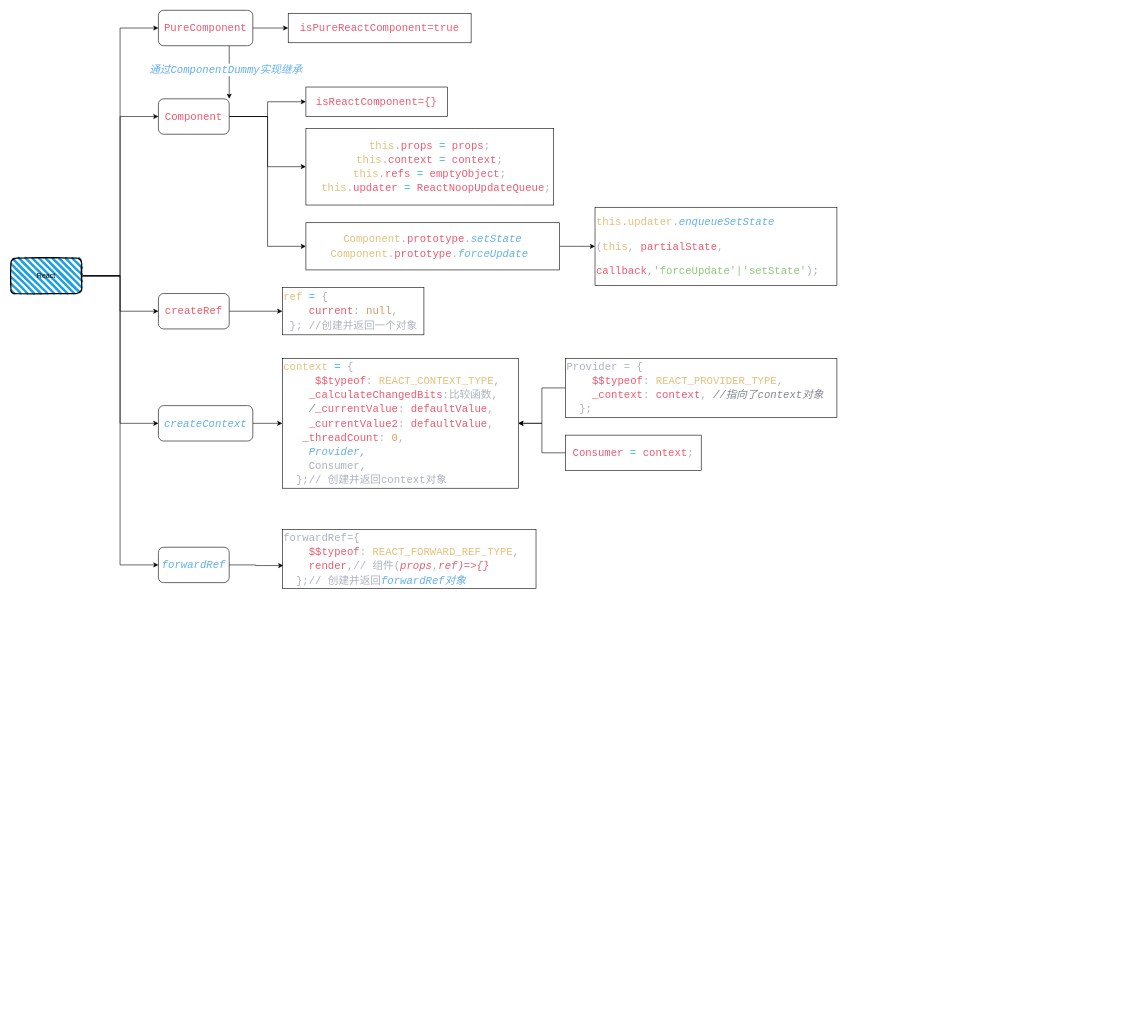
The draw.io diagram arec16.8.drawio in honshena/study, before the edit. Source tidied: cells renumbered, new cells numbered last; positions are measured from the earlier drawing's top-left corner, leaving out a move shared by most shapes. Both pictures are drawn from the tidied source at 59%, with x=0, y=0 at pixel (11, 10).
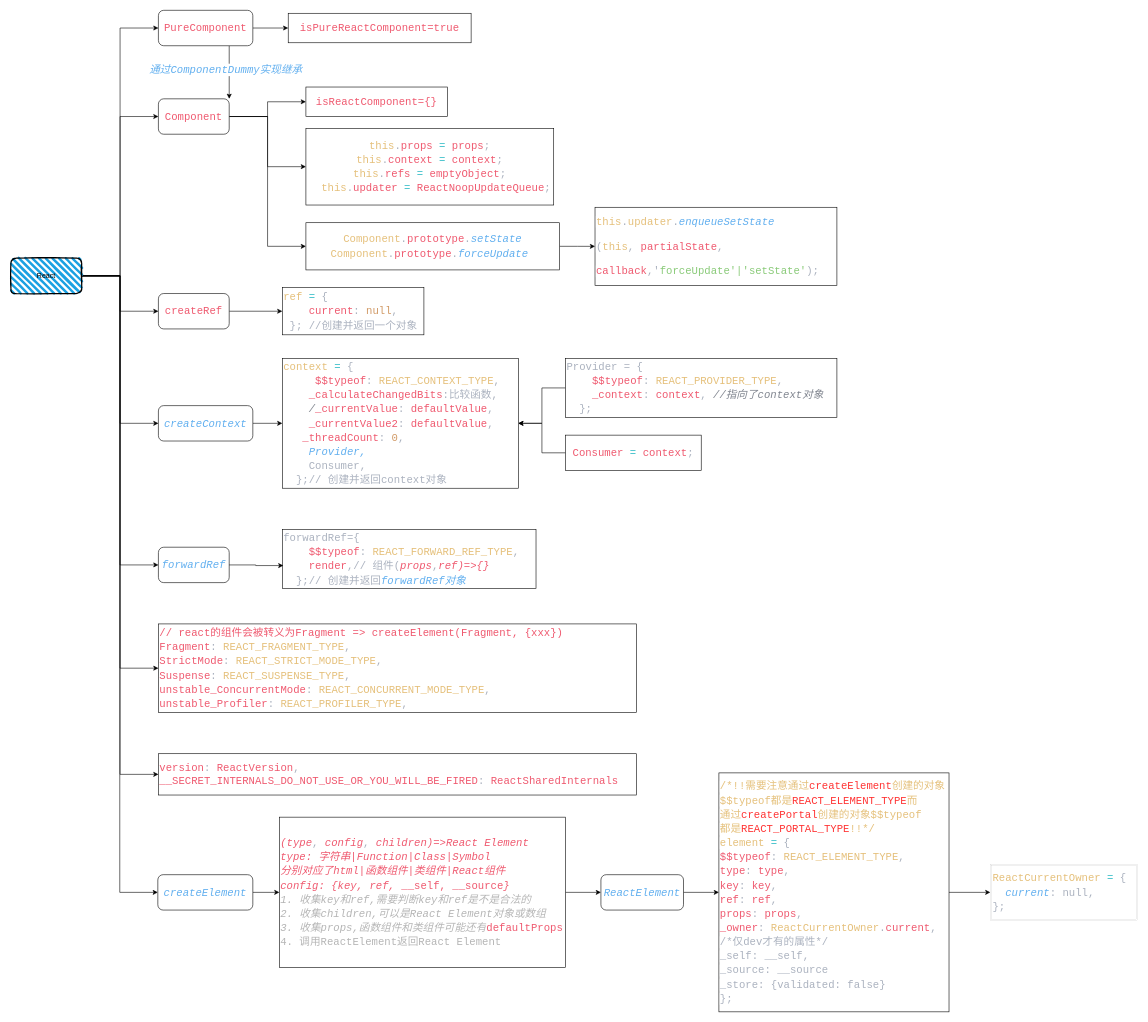
The same diagram, later.

Unchanged cells that the change refers to:
```xml
<mxCell id="7" value="React" style="rounded=1;whiteSpace=wrap;html=1;strokeWidth=2;fillWeight=4;hachureGap=8;hachureAngle=45;fillColor=#1ba1e2;sketch=1;" parent="1" vertex="1">
  <mxGeometry y="420" width="120" height="60" as="geometry" />
</mxCell>
```

The edit, as a diff of the source:
```diff
@@
+    <mxCell id="35" style="edgeStyle=orthogonalEdgeStyle;rounded=0;jettySize=auto;html=1;exitX=1;exitY=0.5;exitDx=0;exitDy=0;entryX=0;entryY=0.5;entryDx=0;entryDy=0;" parent="1" edge="1" source="7" target="38">
+      <mxGeometry relative="1" as="geometry" />
+    </mxCell>
+    <mxCell id="36" style="edgeStyle=orthogonalEdgeStyle;rounded=0;jettySize=auto;html=1;exitX=1;exitY=0.5;exitDx=0;exitDy=0;entryX=0;entryY=0.5;entryDx=0;entryDy=0;" parent="1" edge="1" source="7" target="39">
+      <mxGeometry relative="1" as="geometry" />
+    </mxCell>
+    <mxCell id="37" style="edgeStyle=orthogonalEdgeStyle;rounded=0;jettySize=auto;html=1;exitX=1;exitY=0.5;exitDx=0;exitDy=0;entryX=0;entryY=0.5;entryDx=0;entryDy=0;" parent="1" edge="1" source="7" target="41">
+      <mxGeometry relative="1" as="geometry" />
+    </mxCell>
@@
+    <mxCell id="38" value="&lt;div style=&quot;color: rgb(171, 178, 191); font-family: &amp;quot;Fira code&amp;quot;, Consolas, &amp;quot;Courier New&amp;quot;, monospace, Consolas, &amp;quot;Courier New&amp;quot;, monospace; font-size: 18px; line-height: 24px; white-space: pre;&quot;&gt;&lt;div style=&quot;&quot;&gt;&lt;span style=&quot;background-color: rgb(255, 255, 255);&quot;&gt;&lt;span style=&quot;color: rgb(239, 89, 111);&quot;&gt;// react的组件会被转义为&lt;/span&gt;&lt;/span&gt;&lt;span style=&quot;background-color: rgb(255, 255, 255); color: rgb(239, 89, 111);&quot;&gt;Fragment =&amp;gt;&lt;/span&gt;&lt;span style=&quot;color: rgb(239, 89, 111); background-color: rgb(255, 255, 255);&quot;&gt; createElement(&lt;/span&gt;&lt;span style=&quot;background-color: rgb(255, 255, 255); color: rgb(239, 89, 111);&quot;&gt;Fragment, {xxx}&lt;/span&gt;&lt;span style=&quot;background-color: rgb(255, 255, 255); color: rgb(239, 89, 111);&quot;&gt;)&lt;/span&gt;&lt;/div&gt;&lt;div style=&quot;&quot;&gt;&lt;span style=&quot;background-color: rgb(255, 255, 255);&quot;&gt;&lt;span style=&quot;color: rgb(239, 89, 111);&quot;&gt;Fragment&lt;/span&gt;: &lt;span style=&quot;color: rgb(229, 192, 123);&quot;&gt;REACT_FRAGMENT_TYPE&lt;/span&gt;,&lt;/span&gt;&lt;/div&gt;&lt;div style=&quot;&quot;&gt;&lt;span style=&quot;background-color: rgb(255, 255, 255);&quot;&gt;&lt;span style=&quot;color: #ef596f;&quot;&gt;StrictMode&lt;/span&gt;: &lt;span style=&quot;color: #e5c07b;&quot;&gt;REACT_STRICT_MODE_TYPE&lt;/span&gt;,&lt;/span&gt;&lt;/div&gt;&lt;div style=&quot;&quot;&gt;&lt;span style=&quot;background-color: rgb(255, 255, 255);&quot;&gt;&lt;span style=&quot;color: #ef596f;&quot;&gt;Suspense&lt;/span&gt;: &lt;span style=&quot;color: #e5c07b;&quot;&gt;REACT_SUSPENSE_TYPE&lt;/span&gt;,&lt;/span&gt;&lt;/div&gt;&lt;div style=&quot;&quot;&gt;&lt;div style=&quot;line-height: 24px;&quot;&gt;&lt;div style=&quot;&quot;&gt;&lt;span style=&quot;color: rgb(239, 89, 111);&quot;&gt;unstable_ConcurrentMode&lt;/span&gt;&lt;span style=&quot;background-color: rgb(255, 255, 255);&quot;&gt;: &lt;/span&gt;&lt;span style=&quot;color: rgb(229, 192, 123);&quot;&gt;REACT_CONCURRENT_MODE_TYPE&lt;/span&gt;&lt;span style=&quot;background-color: rgb(255, 255, 255);&quot;&gt;,&lt;/span&gt;&lt;br&gt;&lt;/div&gt;&lt;div style=&quot;&quot;&gt;&lt;span style=&quot;background-color: rgb(255, 255, 255);&quot;&gt;&lt;span style=&quot;color: #ef596f;&quot;&gt;unstable_Profiler&lt;/span&gt;: &lt;span style=&quot;color: #e5c07b;&quot;&gt;REACT_PROFILER_TYPE&lt;/span&gt;,&lt;/span&gt;&lt;/div&gt;&lt;/div&gt;&lt;/div&gt;&lt;/div&gt;" style="rounded=0;whiteSpace=wrap;html=1;align=left;" parent="1" vertex="1">
+      <mxGeometry x="250" y="1040" width="810" height="150" as="geometry" />
+    </mxCell>
+    <mxCell id="39" value="&lt;div style=&quot;color: rgb(171, 178, 191); font-family: &amp;quot;Fira code&amp;quot;, Consolas, &amp;quot;Courier New&amp;quot;, monospace, Consolas, &amp;quot;Courier New&amp;quot;, monospace; font-size: 18px; white-space: pre;&quot;&gt;&lt;span style=&quot;background-color: rgb(255, 255, 255);&quot;&gt;&lt;span style=&quot;color: rgb(239, 89, 111);&quot;&gt;version&lt;/span&gt;: &lt;span style=&quot;color: rgb(239, 89, 111);&quot;&gt;ReactVersion&lt;/span&gt;,&lt;/span&gt;&lt;/div&gt;&lt;div&gt;&lt;span style=&quot;font-family: &amp;quot;Fira code&amp;quot;, Consolas, &amp;quot;Courier New&amp;quot;, monospace, Consolas, &amp;quot;Courier New&amp;quot;, monospace; font-size: 18px; white-space: pre; color: rgb(239, 89, 111);&quot;&gt;__SECRET_INTERNALS_DO_NOT_USE_OR_YOU_WILL_BE_FIRED&lt;/span&gt;&lt;span style=&quot;color: rgb(171, 178, 191); font-family: &amp;quot;Fira code&amp;quot;, Consolas, &amp;quot;Courier New&amp;quot;, monospace, Consolas, &amp;quot;Courier New&amp;quot;, monospace; font-size: 18px; white-space: pre; background-color: rgb(255, 255, 255);&quot;&gt;: &lt;/span&gt;&lt;span style=&quot;font-family: &amp;quot;Fira code&amp;quot;, Consolas, &amp;quot;Courier New&amp;quot;, monospace, Consolas, &amp;quot;Courier New&amp;quot;, monospace; font-size: 18px; white-space: pre; color: rgb(239, 89, 111);&quot;&gt;ReactSharedInternals&lt;/span&gt;&lt;span style=&quot;background-color: rgb(255, 255, 255);&quot;&gt;&lt;br&gt;&lt;/span&gt;&lt;/div&gt;" style="rounded=0;whiteSpace=wrap;html=1;align=left;" parent="1" vertex="1">
+      <mxGeometry x="250" y="1260" width="810" height="70" as="geometry" />
+    </mxCell>
+    <mxCell id="40" style="edgeStyle=orthogonalEdgeStyle;rounded=0;jettySize=auto;html=1;exitX=1;exitY=0.5;exitDx=0;exitDy=0;" parent="1" edge="1" source="41" target="43">
+      <mxGeometry relative="1" as="geometry" />
+    </mxCell>
+    <mxCell id="41" value="&lt;div style=&quot;color: rgb(171, 178, 191); font-family: &amp;quot;Fira code&amp;quot;, Consolas, &amp;quot;Courier New&amp;quot;, monospace, Consolas, &amp;quot;Courier New&amp;quot;, monospace; font-size: 18px; line-height: 24px; white-space: pre;&quot;&gt;&lt;span style=&quot;color: rgb(97, 175, 239); font-style: italic; background-color: rgb(255, 255, 255);&quot;&gt;createElement&lt;/span&gt;&lt;/div&gt;" style="rounded=1;whiteSpace=wrap;html=1;" parent="1" vertex="1">
+      <mxGeometry x="249" y="1465" width="161" height="60" as="geometry" />
+    </mxCell>
+    <mxCell id="42" style="edgeStyle=orthogonalEdgeStyle;rounded=0;jettySize=auto;html=1;exitX=1;exitY=0.5;exitDx=0;exitDy=0;entryX=0;entryY=0.5;entryDx=0;entryDy=0;" parent="1" edge="1" source="43" target="45">
+      <mxGeometry relative="1" as="geometry" />
+    </mxCell>
+    <mxCell id="43" value="&lt;div style=&quot;font-family: &amp;quot;Fira code&amp;quot;, Consolas, &amp;quot;Courier New&amp;quot;, monospace, Consolas, &amp;quot;Courier New&amp;quot;, monospace; font-size: 18px; line-height: 24px; white-space: pre;&quot;&gt;&lt;div style=&quot;color: rgb(171, 178, 191); line-height: 24px;&quot;&gt;&lt;span style=&quot;background-color: rgb(255, 255, 255);&quot;&gt;&lt;span style=&quot;color: rgb(239, 89, 111); font-style: italic;&quot;&gt;(type&lt;/span&gt;, &lt;span style=&quot;color: rgb(239, 89, 111); font-style: italic;&quot;&gt;config&lt;/span&gt;, &lt;span style=&quot;color: rgb(239, 89, 111); font-style: italic;&quot;&gt;children)=&amp;gt;React Element&lt;/span&gt;&lt;/span&gt;&lt;/div&gt;&lt;div style=&quot;color: rgb(171, 178, 191); line-height: 24px;&quot;&gt;&lt;span style=&quot;background-color: rgb(255, 255, 255);&quot;&gt;&lt;span style=&quot;color: rgb(239, 89, 111); font-style: italic;&quot;&gt;type: 字符串|Function|Class|Symbol &lt;/span&gt;&lt;/span&gt;&lt;/div&gt;&lt;div style=&quot;color: rgb(171, 178, 191); line-height: 24px;&quot;&gt;&lt;span style=&quot;background-color: rgb(255, 255, 255);&quot;&gt;&lt;span style=&quot;color: rgb(239, 89, 111); font-style: italic;&quot;&gt;分别对应了html|函数组件|类组件|React组件&lt;/span&gt;&lt;/span&gt;&lt;/div&gt;&lt;div style=&quot;color: rgb(171, 178, 191); line-height: 24px;&quot;&gt;&lt;span style=&quot;color: rgb(239, 89, 111); font-style: italic;&quot;&gt;&lt;span style=&quot;background-color: rgb(255, 255, 255);&quot;&gt;config: {key, ref, &lt;/span&gt;&lt;/span&gt;&lt;span style=&quot;background-color: rgb(255, 255, 255);&quot;&gt;&lt;span style=&quot;color: rgb(239, 89, 111);&quot;&gt;__self, &lt;/span&gt;&lt;span style=&quot;color: rgb(239, 89, 111);&quot;&gt;__source&lt;/span&gt;&lt;/span&gt;&lt;span style=&quot;background-color: rgb(255, 255, 255); color: rgb(239, 89, 111); font-style: italic;&quot;&gt;}&lt;/span&gt;&lt;/div&gt;&lt;/div&gt;&lt;div style=&quot;font-family: &amp;quot;Fira code&amp;quot;, Consolas, &amp;quot;Courier New&amp;quot;, monospace, Consolas, &amp;quot;Courier New&amp;quot;, monospace; font-size: 18px; line-height: 24px; white-space: pre;&quot;&gt;&lt;span style=&quot;font-style: italic; background-color: rgb(255, 255, 255);&quot;&gt;&lt;font style=&quot;&quot; color=&quot;#b5b5b5&quot;&gt;1. 收集key和ref,需要判断key和ref是不是合法的&lt;/font&gt;&lt;/span&gt;&lt;/div&gt;&lt;div style=&quot;font-family: &amp;quot;Fira code&amp;quot;, Consolas, &amp;quot;Courier New&amp;quot;, monospace, Consolas, &amp;quot;Courier New&amp;quot;, monospace; font-size: 18px; line-height: 24px; white-space: pre;&quot;&gt;&lt;i&gt;&lt;font style=&quot;background-color: rgb(255, 255, 255);&quot; color=&quot;#b5b5b5&quot;&gt;2. 收集children,可以是React Element对象或数组&lt;/font&gt;&lt;/i&gt;&lt;/div&gt;&lt;div style=&quot;font-family: &amp;quot;Fira code&amp;quot;, Consolas, &amp;quot;Courier New&amp;quot;, monospace, Consolas, &amp;quot;Courier New&amp;quot;, monospace; font-size: 18px; line-height: 24px; white-space: pre;&quot;&gt;&lt;i style=&quot;&quot;&gt;&lt;font style=&quot;background-color: rgb(255, 255, 255);&quot; color=&quot;#b5b5b5&quot;&gt;3. 收集props,函数组件和类组件可能还有&lt;/font&gt;&lt;/i&gt;&lt;span style=&quot;color: rgb(239, 89, 111); background-color: rgb(255, 255, 255);&quot;&gt;defaultProps&lt;/span&gt;&lt;/div&gt;&lt;div style=&quot;font-family: &amp;quot;Fira code&amp;quot;, Consolas, &amp;quot;Courier New&amp;quot;, monospace, Consolas, &amp;quot;Courier New&amp;quot;, monospace; font-size: 18px; line-height: 24px; white-space: pre;&quot;&gt;&lt;span style=&quot;background-color: rgb(255, 255, 255);&quot;&gt;&lt;font color=&quot;#b5b5b5&quot;&gt;4. 调用ReactElement返回React Element&lt;/font&gt;&lt;/span&gt;&lt;/div&gt;" style="rounded=0;whiteSpace=wrap;html=1;align=left;" parent="1" vertex="1">
+      <mxGeometry x="455" y="1367.5" width="485" height="255" as="geometry" />
+    </mxCell>
+    <mxCell id="44" style="edgeStyle=orthogonalEdgeStyle;rounded=0;jettySize=auto;html=1;exitX=1;exitY=0.5;exitDx=0;exitDy=0;" parent="1" edge="1" source="45" target="47">
+      <mxGeometry relative="1" as="geometry" />
+    </mxCell>
+    <mxCell id="45" value="&lt;div style=&quot;color: rgb(171, 178, 191); font-family: &amp;quot;Fira code&amp;quot;, Consolas, &amp;quot;Courier New&amp;quot;, monospace, Consolas, &amp;quot;Courier New&amp;quot;, monospace; font-size: 18px; line-height: 24px; white-space: pre;&quot;&gt;&lt;span style=&quot;color: rgb(97, 175, 239); font-style: italic; background-color: rgb(255, 255, 255);&quot;&gt;ReactElement&lt;/span&gt;&lt;/div&gt;" style="rounded=1;whiteSpace=wrap;html=1;align=center;" parent="1" vertex="1">
+      <mxGeometry x="1000" y="1465" width="140" height="60" as="geometry" />
+    </mxCell>
+    <mxCell id="46" style="edgeStyle=orthogonalEdgeStyle;rounded=0;jettySize=auto;html=1;exitX=1;exitY=0.5;exitDx=0;exitDy=0;entryX=0;entryY=0.5;entryDx=0;entryDy=0;" parent="1" edge="1" source="47" target="48">
+      <mxGeometry relative="1" as="geometry" />
+    </mxCell>
+    <mxCell id="47" value="&lt;div style=&quot;font-family: &amp;quot;Fira code&amp;quot;, Consolas, &amp;quot;Courier New&amp;quot;, monospace, Consolas, &amp;quot;Courier New&amp;quot;, monospace; font-size: 18px; line-height: 24px; white-space: pre;&quot;&gt;&lt;div style=&quot;&quot;&gt;&lt;span style=&quot;background-color: rgb(255, 255, 255);&quot;&gt;&lt;span style=&quot;color: rgb(229, 192, 123);&quot;&gt;/*!!需要注意通过&lt;/span&gt;&lt;font color=&quot;#ff3333&quot;&gt;createElement&lt;/font&gt;&lt;span style=&quot;color: rgb(229, 192, 123);&quot;&gt;创建的对象&lt;/span&gt;&lt;/span&gt;&lt;/div&gt;&lt;div style=&quot;&quot;&gt;&lt;span style=&quot;background-color: rgb(255, 255, 255);&quot;&gt;&lt;span style=&quot;color: rgb(229, 192, 123);&quot;&gt;$$typeof都是&lt;/span&gt;&lt;font color=&quot;#ff3333&quot;&gt;REACT_ELEMENT_TYPE&lt;/font&gt;&lt;span style=&quot;color: rgb(229, 192, 123);&quot;&gt;而&lt;/span&gt;&lt;/span&gt;&lt;/div&gt;&lt;div style=&quot;&quot;&gt;&lt;span style=&quot;background-color: rgb(255, 255, 255);&quot;&gt;&lt;span style=&quot;color: rgb(229, 192, 123);&quot;&gt;通过&lt;/span&gt;&lt;font color=&quot;#ff3333&quot;&gt;createPortal&lt;/font&gt;&lt;span style=&quot;color: rgb(229, 192, 123);&quot;&gt;创建的对象$$typeof&lt;/span&gt;&lt;/span&gt;&lt;/div&gt;&lt;div style=&quot;&quot;&gt;&lt;span style=&quot;background-color: rgb(255, 255, 255);&quot;&gt;&lt;span style=&quot;color: rgb(229, 192, 123);&quot;&gt;都是&lt;/span&gt;&lt;font color=&quot;#ff3333&quot;&gt;REACT_PORTAL_TYPE&lt;/font&gt;&lt;span style=&quot;color: rgb(229, 192, 123);&quot;&gt;!!*/&lt;/span&gt;&lt;/span&gt;&lt;/div&gt;&lt;div style=&quot;color: rgb(171, 178, 191);&quot;&gt;&lt;span style=&quot;background-color: rgb(255, 255, 255);&quot;&gt;&lt;span style=&quot;color: rgb(229, 192, 123);&quot;&gt;element&lt;/span&gt; &lt;span style=&quot;color: rgb(43, 186, 197);&quot;&gt;=&lt;/span&gt; {&lt;/span&gt;&lt;/div&gt;&lt;div style=&quot;color: rgb(171, 178, 191);&quot;&gt;&lt;span style=&quot;color: rgb(239, 89, 111);&quot;&gt;$$typeof&lt;/span&gt;&lt;span style=&quot;background-color: rgb(255, 255, 255);&quot;&gt;: &lt;/span&gt;&lt;span style=&quot;color: rgb(229, 192, 123);&quot;&gt;REACT_ELEMENT_TYPE&lt;/span&gt;&lt;span style=&quot;background-color: rgb(255, 255, 255);&quot;&gt;,&lt;/span&gt;&lt;br&gt;&lt;/div&gt;&lt;div style=&quot;color: rgb(171, 178, 191);&quot;&gt;&lt;span style=&quot;color: rgb(239, 89, 111);&quot;&gt;type&lt;/span&gt;&lt;span style=&quot;background-color: rgb(255, 255, 255);&quot;&gt;: &lt;/span&gt;&lt;span style=&quot;color: rgb(239, 89, 111);&quot;&gt;type&lt;/span&gt;&lt;span style=&quot;background-color: rgb(255, 255, 255);&quot;&gt;,&lt;/span&gt;&lt;br&gt;&lt;/div&gt;&lt;div style=&quot;color: rgb(171, 178, 191);&quot;&gt;&lt;span style=&quot;color: rgb(239, 89, 111);&quot;&gt;key&lt;/span&gt;&lt;span style=&quot;background-color: rgb(255, 255, 255);&quot;&gt;: &lt;/span&gt;&lt;span style=&quot;color: rgb(239, 89, 111);&quot;&gt;key&lt;/span&gt;&lt;span style=&quot;background-color: rgb(255, 255, 255);&quot;&gt;,&lt;/span&gt;&lt;br&gt;&lt;/div&gt;&lt;div style=&quot;color: rgb(171, 178, 191);&quot;&gt;&lt;span style=&quot;color: rgb(239, 89, 111);&quot;&gt;ref&lt;/span&gt;&lt;span style=&quot;background-color: rgb(255, 255, 255);&quot;&gt;: &lt;/span&gt;&lt;span style=&quot;color: rgb(239, 89, 111);&quot;&gt;ref&lt;/span&gt;&lt;span style=&quot;background-color: rgb(255, 255, 255);&quot;&gt;,&lt;/span&gt;&lt;br&gt;&lt;/div&gt;&lt;div style=&quot;color: rgb(171, 178, 191);&quot;&gt;&lt;span style=&quot;color: rgb(239, 89, 111);&quot;&gt;props&lt;/span&gt;&lt;span style=&quot;background-color: rgb(255, 255, 255);&quot;&gt;: &lt;/span&gt;&lt;span style=&quot;color: rgb(239, 89, 111);&quot;&gt;props&lt;/span&gt;&lt;span style=&quot;background-color: rgb(255, 255, 255);&quot;&gt;,&lt;/span&gt;&lt;br&gt;&lt;/div&gt;&lt;div style=&quot;color: rgb(171, 178, 191);&quot;&gt;&lt;span style=&quot;color: rgb(239, 89, 111);&quot;&gt;_owner&lt;/span&gt;&lt;span style=&quot;background-color: rgb(255, 255, 255);&quot;&gt;: &lt;span style=&quot;color: rgb(229, 192, 123);&quot;&gt;ReactCurrentOwner&lt;/span&gt;.&lt;span style=&quot;color: rgb(239, 89, 111);&quot;&gt;current&lt;/span&gt;,&lt;/span&gt;&lt;br&gt;&lt;/div&gt;&lt;div style=&quot;color: rgb(171, 178, 191);&quot;&gt;&lt;span style=&quot;background-color: rgb(255, 255, 255);&quot;&gt;/*仅dev才有的属性*/&lt;/span&gt;&lt;/div&gt;&lt;div style=&quot;color: rgb(171, 178, 191);&quot;&gt;&lt;span style=&quot;background-color: rgb(255, 255, 255);&quot;&gt;_self: __self,&lt;/span&gt;&lt;/div&gt;&lt;div style=&quot;color: rgb(171, 178, 191);&quot;&gt;&lt;span style=&quot;background-color: rgb(255, 255, 255);&quot;&gt;_source: __source&lt;/span&gt;&lt;/div&gt;&lt;div style=&quot;color: rgb(171, 178, 191);&quot;&gt;&lt;span style=&quot;background-color: rgb(255, 255, 255);&quot;&gt;_store: {validated: false}&lt;/span&gt;&lt;/div&gt;&lt;div style=&quot;color: rgb(171, 178, 191);&quot;&gt;&lt;span style=&quot;background-color: rgb(255, 255, 255);&quot;&gt;};&lt;/span&gt;&lt;/div&gt;&lt;/div&gt;" style="rounded=0;whiteSpace=wrap;html=1;align=left;" parent="1" vertex="1">
+      <mxGeometry x="1200" y="1292.5" width="390" height="405" as="geometry" />
+    </mxCell>
+    <mxCell id="48" value="&lt;div style=&quot;color: rgb(171, 178, 191); font-family: &amp;quot;Fira code&amp;quot;, Consolas, &amp;quot;Courier New&amp;quot;, monospace, Consolas, &amp;quot;Courier New&amp;quot;, monospace; font-size: 18px; line-height: 24px; white-space: pre;&quot;&gt;&lt;div style=&quot;&quot;&gt;&lt;span style=&quot;background-color: rgb(255, 255, 255);&quot;&gt;&lt;span style=&quot;color: rgb(229, 192, 123);&quot;&gt;ReactCurrentOwner&lt;/span&gt; &lt;span style=&quot;color: rgb(43, 186, 197);&quot;&gt;=&lt;/span&gt; {&lt;/span&gt;&lt;/div&gt;&lt;div style=&quot;&quot;&gt;&lt;span style=&quot;background-color: rgb(255, 255, 255);&quot;&gt;&amp;nbsp; &lt;span style=&quot;color: #61afef;font-style: italic;&quot;&gt;current&lt;/span&gt;: null,&lt;/span&gt;&lt;/div&gt;&lt;div style=&quot;&quot;&gt;&lt;span style=&quot;background-color: rgb(255, 255, 255);&quot;&gt;};&lt;/span&gt;&lt;/div&gt;&lt;/div&gt;" style="shape=ext;double=1;rounded=0;whiteSpace=wrap;html=1;align=left;strokeWidth=0;" parent="1" vertex="1">
+      <mxGeometry x="1660" y="1447.5" width="250" height="95" as="geometry" />
+    </mxCell>
```
